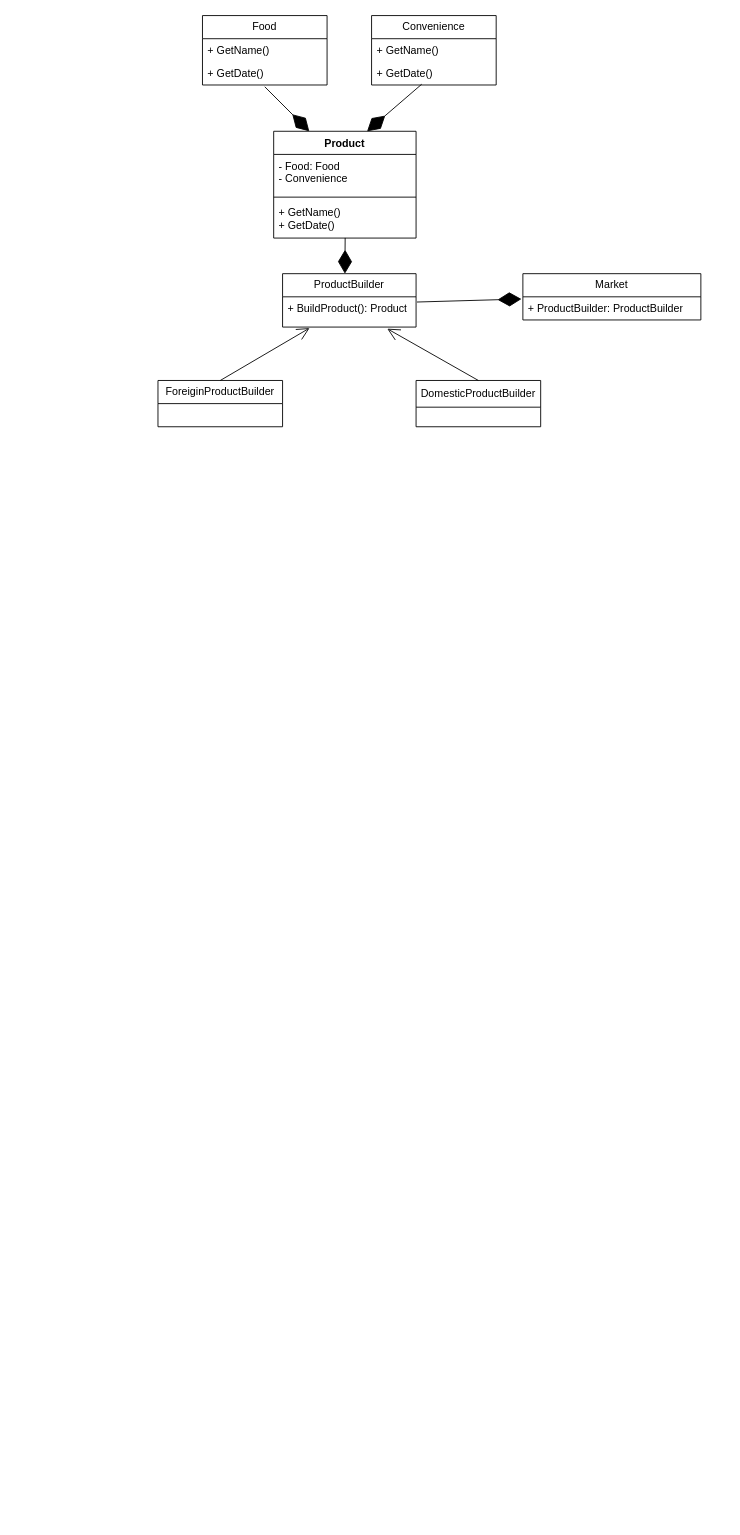
This is cop6.drawio from GokaPek/Noting, a draw.io file, before an edit. Source tidied: cells renumbered, new cells numbered last; positions are measured from the earlier drawing's top-left corner, leaving out a move shared by most shapes. Both pictures are drawn from the tidied source at 89%, with x=0, y=0 at pixel (158, 15).
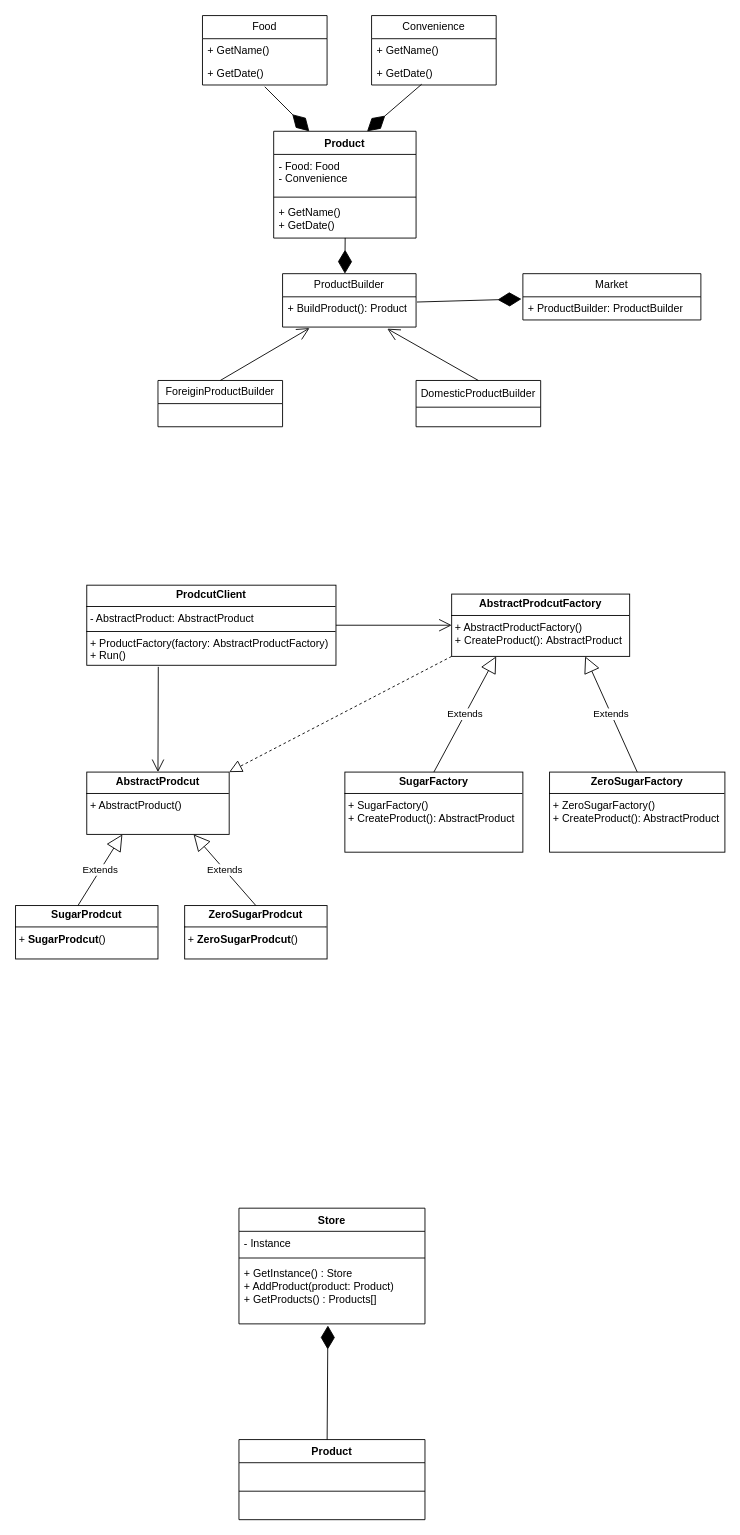
After the change.

Diff of the diagram source:
```diff
@@
+    <mxCell id="24" value="&lt;p style=&quot;margin:0px;margin-top:4px;text-align:center;&quot;&gt;&lt;b&gt;ProdcutClient&lt;/b&gt;&lt;/p&gt;&lt;hr size=&quot;1&quot; style=&quot;border-style:solid;&quot;&gt;&lt;p style=&quot;margin:0px;margin-left:4px;&quot;&gt;- AbstractProduct:&amp;nbsp;&lt;span style=&quot;background-color: initial;&quot;&gt;AbstractProduct&lt;/span&gt;&lt;/p&gt;&lt;hr size=&quot;1&quot; style=&quot;border-style:solid;&quot;&gt;&lt;p style=&quot;margin:0px;margin-left:4px;&quot;&gt;+ ProductFactory(factory:&lt;span style=&quot;background-color: initial;&quot;&gt;&amp;nbsp;A&lt;/span&gt;&lt;span style=&quot;background-color: initial;&quot;&gt;bstractProductFactory&lt;/span&gt;&lt;span style=&quot;background-color: initial;&quot;&gt;)&lt;/span&gt;&lt;/p&gt;&lt;p style=&quot;margin:0px;margin-left:4px;&quot;&gt;+ Run()&lt;/p&gt;" style="verticalAlign=top;align=left;overflow=fill;html=1;whiteSpace=wrap;" parent="1" vertex="1">
+      <mxGeometry x="-80" y="640" width="280" height="90" as="geometry" />
+    </mxCell>
+    <mxCell id="25" value="&lt;p style=&quot;margin:0px;margin-top:4px;text-align:center;&quot;&gt;&lt;b&gt;AbstractProdcutFactory&lt;/b&gt;&lt;/p&gt;&lt;hr size=&quot;1&quot; style=&quot;border-style:solid;&quot;&gt;&lt;p style=&quot;margin:0px;margin-left:4px;&quot;&gt;+ AbstractProductFactory()&lt;/p&gt;&lt;p style=&quot;margin:0px;margin-left:4px;&quot;&gt;+ CreateProduct():&amp;nbsp;&lt;span style=&quot;background-color: initial;&quot;&gt;AbstractProduct&lt;/span&gt;&lt;br&gt;&lt;/p&gt;" style="verticalAlign=top;align=left;overflow=fill;html=1;whiteSpace=wrap;" parent="1" vertex="1">
+      <mxGeometry x="330" y="650" width="200" height="70" as="geometry" />
+    </mxCell>
+    <mxCell id="26" value="&lt;p style=&quot;margin:0px;margin-top:4px;text-align:center;&quot;&gt;&lt;b&gt;SugarFactory&lt;/b&gt;&lt;/p&gt;&lt;hr size=&quot;1&quot; style=&quot;border-style:solid;&quot;&gt;&lt;p style=&quot;margin:0px;margin-left:4px;&quot;&gt;+ SugarFactory()&lt;br&gt;&lt;/p&gt;&lt;p style=&quot;margin:0px;margin-left:4px;&quot;&gt;+ CreateProduct(): AbstractProduct&lt;/p&gt;" style="verticalAlign=top;align=left;overflow=fill;html=1;whiteSpace=wrap;" parent="1" vertex="1">
+      <mxGeometry x="210" y="850" width="200" height="90" as="geometry" />
+    </mxCell>
+    <mxCell id="27" value="&lt;p style=&quot;margin:0px;margin-top:4px;text-align:center;&quot;&gt;&lt;b&gt;Zero&lt;/b&gt;&lt;b style=&quot;background-color: initial;&quot;&gt;Sugar&lt;/b&gt;&lt;b style=&quot;background-color: initial;&quot;&gt;Factory&lt;/b&gt;&lt;/p&gt;&lt;hr size=&quot;1&quot; style=&quot;border-style:solid;&quot;&gt;&lt;p style=&quot;margin: 0px 0px 0px 4px;&quot;&gt;+ ZeroSugarFactory()&lt;br&gt;&lt;/p&gt;&lt;p style=&quot;margin: 0px 0px 0px 4px;&quot;&gt;+ CreateProduct(): AbstractProduct&lt;/p&gt;" style="verticalAlign=top;align=left;overflow=fill;html=1;whiteSpace=wrap;" parent="1" vertex="1">
+      <mxGeometry x="440" y="850" width="197" height="90" as="geometry" />
+    </mxCell>
+    <mxCell id="28" value="&lt;p style=&quot;margin:0px;margin-top:4px;text-align:center;&quot;&gt;&lt;b&gt;AbstractProdcut&lt;/b&gt;&lt;/p&gt;&lt;hr size=&quot;1&quot; style=&quot;border-style:solid;&quot;&gt;&lt;p style=&quot;margin:0px;margin-left:4px;&quot;&gt;+ AbstractProduct()&lt;/p&gt;" style="verticalAlign=top;align=left;overflow=fill;html=1;whiteSpace=wrap;" parent="1" vertex="1">
+      <mxGeometry x="-80" y="850" width="160" height="70" as="geometry" />
+    </mxCell>
+    <mxCell id="29" value="&lt;p style=&quot;margin:0px;margin-top:4px;text-align:center;&quot;&gt;&lt;b style=&quot;background-color: initial;&quot;&gt;Sugar&lt;/b&gt;&lt;b&gt;Prodcut&lt;/b&gt;&lt;/p&gt;&lt;hr size=&quot;1&quot; style=&quot;border-style:solid;&quot;&gt;&lt;p style=&quot;margin:0px;margin-left:4px;&quot;&gt;+&amp;nbsp;&lt;b style=&quot;text-align: center;&quot;&gt;Sugar&lt;/b&gt;&lt;b style=&quot;text-align: center;&quot;&gt;Prodcut&lt;/b&gt;()&lt;/p&gt;" style="verticalAlign=top;align=left;overflow=fill;html=1;whiteSpace=wrap;" parent="1" vertex="1">
+      <mxGeometry x="-160" y="1000" width="160" height="60" as="geometry" />
+    </mxCell>
+    <mxCell id="30" value="&lt;p style=&quot;margin:0px;margin-top:4px;text-align:center;&quot;&gt;&lt;b style=&quot;background-color: initial;&quot;&gt;ZeroSugar&lt;/b&gt;&lt;b&gt;Prodcut&lt;/b&gt;&lt;/p&gt;&lt;hr size=&quot;1&quot; style=&quot;border-style:solid;&quot;&gt;&lt;p style=&quot;margin:0px;margin-left:4px;&quot;&gt;+&amp;nbsp;&lt;b style=&quot;background-color: initial; text-align: center;&quot;&gt;Zero&lt;/b&gt;&lt;b style=&quot;background-color: initial; text-align: center;&quot;&gt;Sugar&lt;/b&gt;&lt;b style=&quot;background-color: initial; text-align: center;&quot;&gt;Prodcut&lt;/b&gt;&lt;span style=&quot;background-color: initial;&quot;&gt;()&lt;/span&gt;&lt;/p&gt;" style="verticalAlign=top;align=left;overflow=fill;html=1;whiteSpace=wrap;" parent="1" vertex="1">
+      <mxGeometry x="30" y="1000" width="160" height="60" as="geometry" />
+    </mxCell>
+    <mxCell id="31" style="endArrow=open;endFill=1;endSize=12;html=1;rounded=0;exitX=0.287;exitY=1.02;exitDx=0;exitDy=0;entryX=0.5;entryY=0;entryDx=0;entryDy=0;exitPerimeter=0;" parent="1" edge="1" source="24" target="28">
+      <mxGeometry relative="1" as="geometry" />
+    </mxCell>
+    <mxCell id="32" value="Extends" style="endArrow=block;endSize=16;endFill=0;html=1;rounded=0;exitX=0.438;exitY=0;exitDx=0;exitDy=0;exitPerimeter=0;entryX=0.25;entryY=1;entryDx=0;entryDy=0;" parent="1" edge="1" source="29" target="28">
+      <mxGeometry relative="1" as="geometry" />
+    </mxCell>
+    <mxCell id="33" value="Extends" style="endArrow=block;endSize=16;endFill=0;html=1;rounded=0;exitX=0.5;exitY=0;exitDx=0;exitDy=0;entryX=0.75;entryY=1;entryDx=0;entryDy=0;" parent="1" edge="1" source="30" target="28">
+      <mxGeometry relative="1" as="geometry" />
+    </mxCell>
+    <mxCell id="34" style="endArrow=open;endFill=1;endSize=12;html=1;rounded=0;exitX=1;exitY=0.5;exitDx=0;exitDy=0;" parent="1" edge="1" source="24" target="25">
+      <mxGeometry relative="1" as="geometry" />
+    </mxCell>
+    <mxCell id="35" value="Extends" style="endArrow=block;endSize=16;endFill=0;html=1;rounded=0;exitX=0.5;exitY=0;exitDx=0;exitDy=0;entryX=0.25;entryY=1;entryDx=0;entryDy=0;" parent="1" edge="1" source="26" target="25">
+      <mxGeometry relative="1" as="geometry" />
+    </mxCell>
+    <mxCell id="36" value="Extends" style="endArrow=block;endSize=16;endFill=0;html=1;rounded=0;exitX=0.5;exitY=0;exitDx=0;exitDy=0;entryX=0.75;entryY=1;entryDx=0;entryDy=0;" parent="1" edge="1" source="27" target="25">
+      <mxGeometry relative="1" as="geometry" />
+    </mxCell>
+    <mxCell id="37" style="endArrow=block;dashed=1;endFill=0;endSize=12;html=1;rounded=0;exitX=0;exitY=1;exitDx=0;exitDy=0;entryX=1;entryY=0;entryDx=0;entryDy=0;" parent="1" edge="1" source="25" target="28">
+      <mxGeometry relative="1" as="geometry" />
+    </mxCell>
+    <mxCell id="38" value="Store" style="swimlane;fontStyle=1;align=center;verticalAlign=top;horizontal=1;startSize=26;whiteSpace=wrap;html=1;" parent="1" vertex="1">
+      <mxGeometry x="91" y="1340" width="209" height="130" as="geometry" />
+    </mxCell>
+    <mxCell id="39" value="- Instance" style="text;strokeColor=none;fillColor=none;align=left;verticalAlign=top;spacingLeft=4;spacingRight=4;overflow=hidden;whiteSpace=wrap;html=1;" parent="38" vertex="1">
+      <mxGeometry y="26" width="209" height="26" as="geometry" />
+    </mxCell>
+    <mxCell id="40" style="line;strokeWidth=1;fillColor=none;align=left;verticalAlign=middle;spacingTop=-1;spacingLeft=3;spacingRight=3;labelPosition=right;strokeColor=inherit;" parent="38" vertex="1">
+      <mxGeometry y="52" width="209" height="8" as="geometry" />
+    </mxCell>
+    <mxCell id="41" value="+ GetInstance() : Store&lt;div&gt;+ AddProduct(product: Product)&lt;br&gt;&lt;div&gt;+ GetProducts() : Products[]&lt;/div&gt;&lt;/div&gt;" style="text;strokeColor=none;fillColor=none;align=left;verticalAlign=top;spacingLeft=4;spacingRight=4;overflow=hidden;points=[[0,0.5],[1,0.5]];portConstraint=eastwest;whiteSpace=wrap;html=1;" parent="38" vertex="1">
+      <mxGeometry y="60" width="209" height="70" as="geometry" />
+    </mxCell>
+    <mxCell id="42" value="Product" style="swimlane;fontStyle=1;align=center;verticalAlign=top;horizontal=1;startSize=26;whiteSpace=wrap;html=1;" parent="1" vertex="1">
+      <mxGeometry x="91" y="1600" width="209" height="90" as="geometry" />
+    </mxCell>
+    <mxCell id="43" style="line;strokeWidth=1;fillColor=none;align=left;verticalAlign=middle;spacingTop=-1;spacingLeft=3;spacingRight=3;labelPosition=right;strokeColor=inherit;" parent="42" vertex="1">
+      <mxGeometry y="26" width="209" height="64" as="geometry" />
+    </mxCell>
+    <mxCell id="44" style="endArrow=diamondThin;endFill=1;endSize=24;html=1;rounded=0;exitX=0.474;exitY=0;exitDx=0;exitDy=0;exitPerimeter=0;entryX=0.478;entryY=1.026;entryDx=0;entryDy=0;entryPerimeter=0;" parent="1" edge="1" source="42" target="41">
+      <mxGeometry relative="1" as="geometry" />
+    </mxCell>
```
